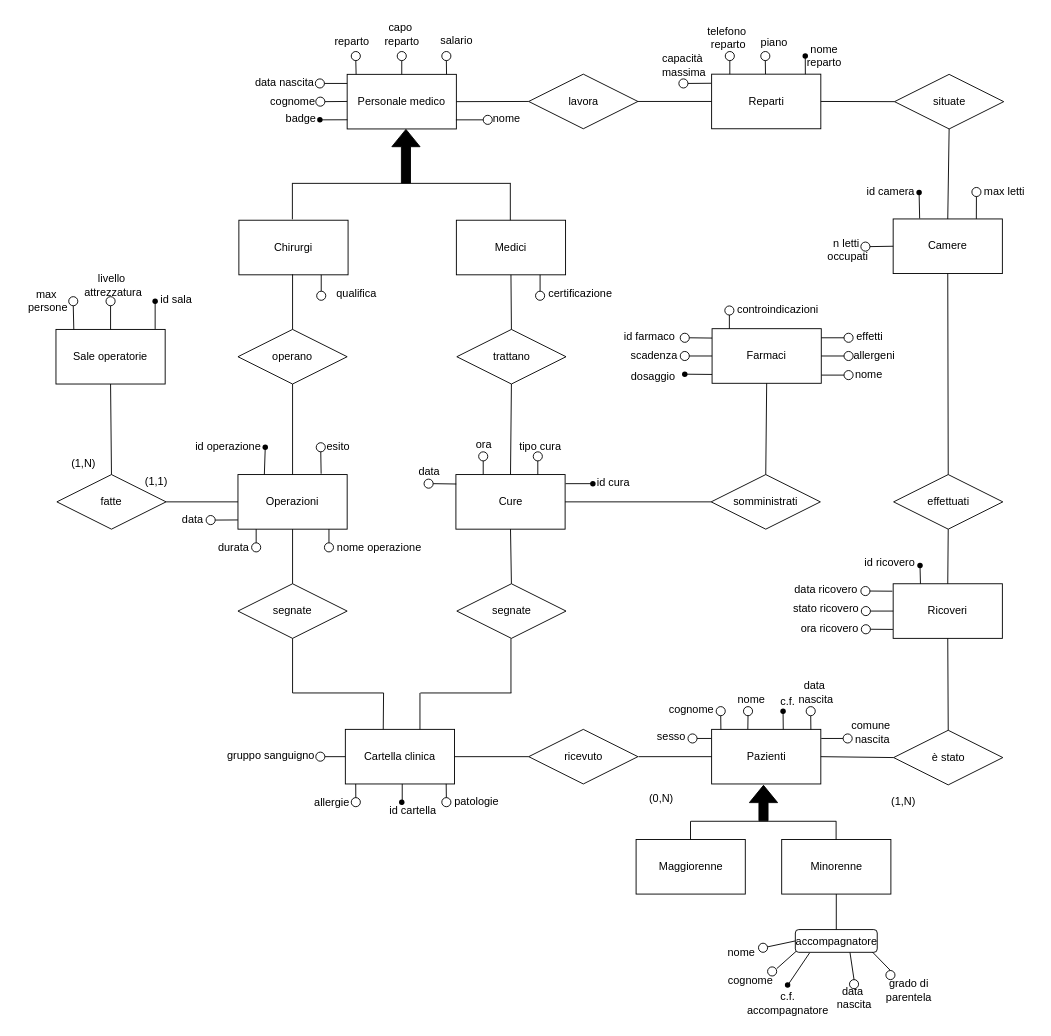
The draw.io diagram ER-conc.drawio in MicheleDioli/UniPD-database-project-2024, before the edit. Source tidied: cells renumbered, new cells numbered last; positions are measured from the earlier drawing's top-left corner, leaving out a move shared by most shapes. Both pictures are drawn from the tidied source at 91%, with x=0, y=0 at pixel (15, 15).
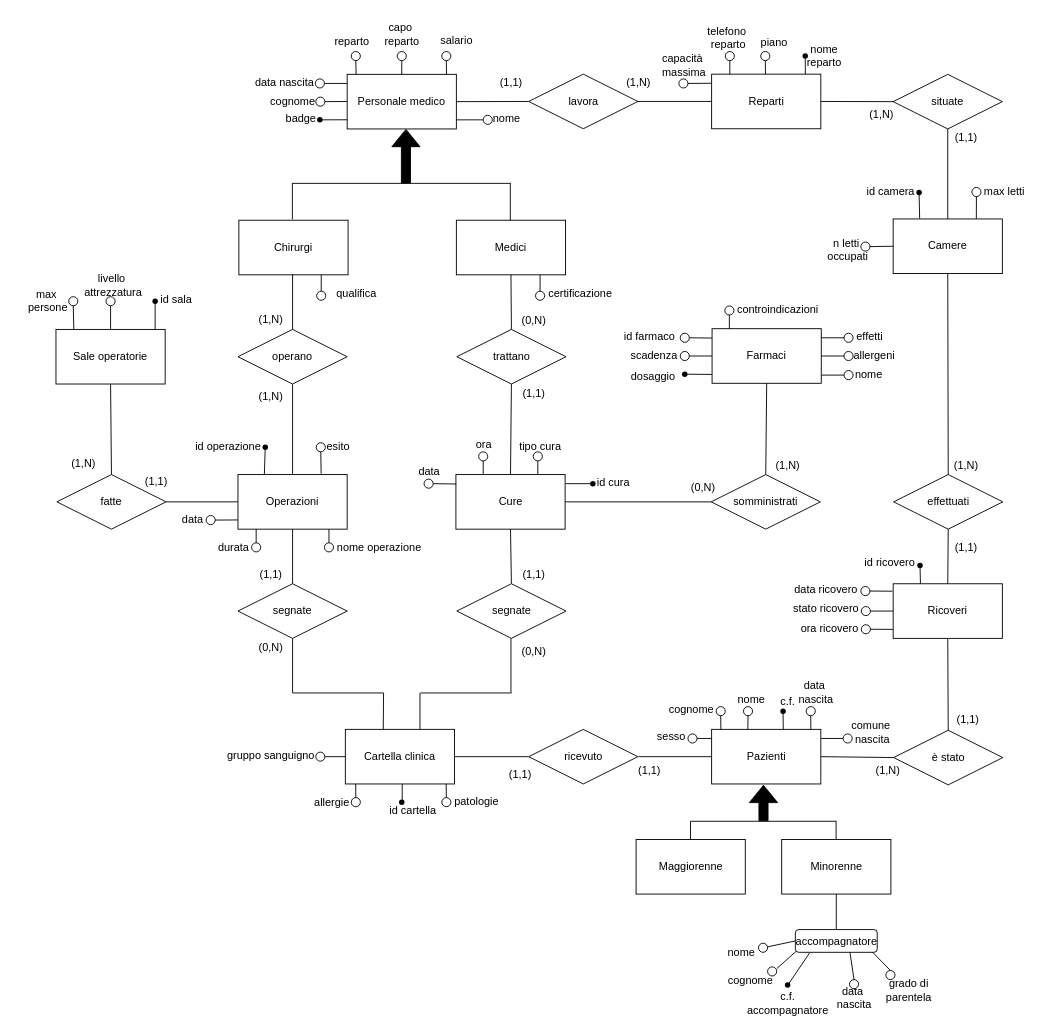
The same page after the edit.

Diff of the diagram source:
```diff
@@
     <mxCell id="20" value="situate" style="shape=rhombus;perimeter=rhombusPerimeter;whiteSpace=wrap;html=1;align=center;" parent="1" vertex="1">
-      <mxGeometry x="965.5" y="64.2" width="120" height="60" as="geometry" />
+      <mxGeometry x="964" y="64.2" width="120" height="60" as="geometry" />
     </mxCell>
@@
-    <mxCell id="158" value="(0,N)" style="text;html=1;align=center;verticalAlign=middle;strokeColor=none;fillColor=none;" parent="1" vertex="1">
-      <mxGeometry x="683.5" y="845" width="50" height="30" as="geometry" />
+    <mxCell id="158" value="(1,1)" style="text;html=1;align=center;verticalAlign=middle;strokeColor=none;fillColor=none;" parent="1" vertex="1">
+      <mxGeometry x="670.9" y="814" width="50" height="30" as="geometry" />
     </mxCell>
     <mxCell id="159" value="(1,N)" style="text;html=1;align=center;verticalAlign=middle;strokeColor=none;fillColor=none;" parent="1" vertex="1">
-      <mxGeometry x="949.5" y="849" width="50" height="30" as="geometry" />
+      <mxGeometry x="932.5" y="814" width="50" height="30" as="geometry" />
     </mxCell>
@@
+    <mxCell id="231" value="(1,N)" style="text;html=1;align=center;verticalAlign=middle;strokeColor=none;fillColor=none;" parent="1" vertex="1">
+      <mxGeometry x="255" y="318.7" width="50" height="30" as="geometry" />
+    </mxCell>
+    <mxCell id="232" value="(1,N)" style="text;html=1;align=center;verticalAlign=middle;strokeColor=none;fillColor=none;" parent="1" vertex="1">
+      <mxGeometry x="255" y="403.7" width="50" height="30" as="geometry" />
+    </mxCell>
+    <mxCell id="233" value="(1,1)" style="text;html=1;align=center;verticalAlign=middle;strokeColor=none;fillColor=none;" parent="1" vertex="1">
+      <mxGeometry x="255" y="599" width="50" height="30" as="geometry" />
+    </mxCell>
+    <mxCell id="234" value="(0,N)" style="text;html=1;align=center;verticalAlign=middle;strokeColor=none;fillColor=none;" parent="1" vertex="1">
+      <mxGeometry x="255" y="679" width="50" height="30" as="geometry" />
+    </mxCell>
+    <mxCell id="235" value="(1,1)" style="text;html=1;align=center;verticalAlign=middle;strokeColor=none;fillColor=none;" parent="1" vertex="1">
+      <mxGeometry x="543.5" y="599" width="50" height="30" as="geometry" />
+    </mxCell>
+    <mxCell id="236" value="(1,1)" style="text;html=1;align=center;verticalAlign=middle;strokeColor=none;fillColor=none;" parent="1" vertex="1">
+      <mxGeometry x="543.5" y="399.7" width="50" height="30" as="geometry" />
+    </mxCell>
+    <mxCell id="237" value="(0,N)" style="text;html=1;align=center;verticalAlign=middle;strokeColor=none;fillColor=none;" parent="1" vertex="1">
+      <mxGeometry x="543.5" y="320" width="50" height="30" as="geometry" />
+    </mxCell>
+    <mxCell id="238" value="(0,N)" style="text;html=1;align=center;verticalAlign=middle;strokeColor=none;fillColor=none;" parent="1" vertex="1">
+      <mxGeometry x="543.5" y="684" width="50" height="30" as="geometry" />
+    </mxCell>
+    <mxCell id="239" value="(0,N)" style="text;html=1;align=center;verticalAlign=middle;strokeColor=none;fillColor=none;" parent="1" vertex="1">
+      <mxGeometry x="730" y="504" width="50" height="30" as="geometry" />
+    </mxCell>
+    <mxCell id="240" value="(1,N)" style="text;html=1;align=center;verticalAlign=middle;strokeColor=none;fillColor=none;" parent="1" vertex="1">
+      <mxGeometry x="823" y="479" width="50" height="30" as="geometry" />
+    </mxCell>
+    <mxCell id="241" value="(1,1)" style="text;html=1;align=center;verticalAlign=middle;strokeColor=none;fillColor=none;" parent="1" vertex="1">
+      <mxGeometry x="1021" y="759" width="50" height="30" as="geometry" />
+    </mxCell>
+    <mxCell id="242" value="(1,1)" style="text;html=1;align=center;verticalAlign=middle;strokeColor=none;fillColor=none;" parent="1" vertex="1">
+      <mxGeometry x="529" y="819" width="50" height="30" as="geometry" />
+    </mxCell>
+    <mxCell id="243" value="(1,1)" style="text;html=1;align=center;verticalAlign=middle;strokeColor=none;fillColor=none;" parent="1" vertex="1">
+      <mxGeometry x="1019" y="569" width="50" height="30" as="geometry" />
+    </mxCell>
+    <mxCell id="244" value="(1,N)" style="text;html=1;align=center;verticalAlign=middle;strokeColor=none;fillColor=none;" parent="1" vertex="1">
+      <mxGeometry x="1019" y="479" width="50" height="30" as="geometry" />
+    </mxCell>
+    <mxCell id="245" value="(1,1)" style="text;html=1;align=center;verticalAlign=middle;strokeColor=none;fillColor=none;" parent="1" vertex="1">
+      <mxGeometry x="1019" y="119" width="50" height="30" as="geometry" />
+    </mxCell>
+    <mxCell id="246" value="(1,N)" style="text;html=1;align=center;verticalAlign=middle;strokeColor=none;fillColor=none;" parent="1" vertex="1">
+      <mxGeometry x="926" y="94" width="50" height="30" as="geometry" />
+    </mxCell>
+    <mxCell id="247" value="(1,1)" style="text;html=1;align=center;verticalAlign=middle;strokeColor=none;fillColor=none;" parent="1" vertex="1">
+      <mxGeometry x="519" y="59" width="50" height="30" as="geometry" />
+    </mxCell>
+    <mxCell id="248" value="(1,N)" style="text;html=1;align=center;verticalAlign=middle;strokeColor=none;fillColor=none;" parent="1" vertex="1">
+      <mxGeometry x="659" y="59" width="50" height="30" as="geometry" />
+    </mxCell>
```
